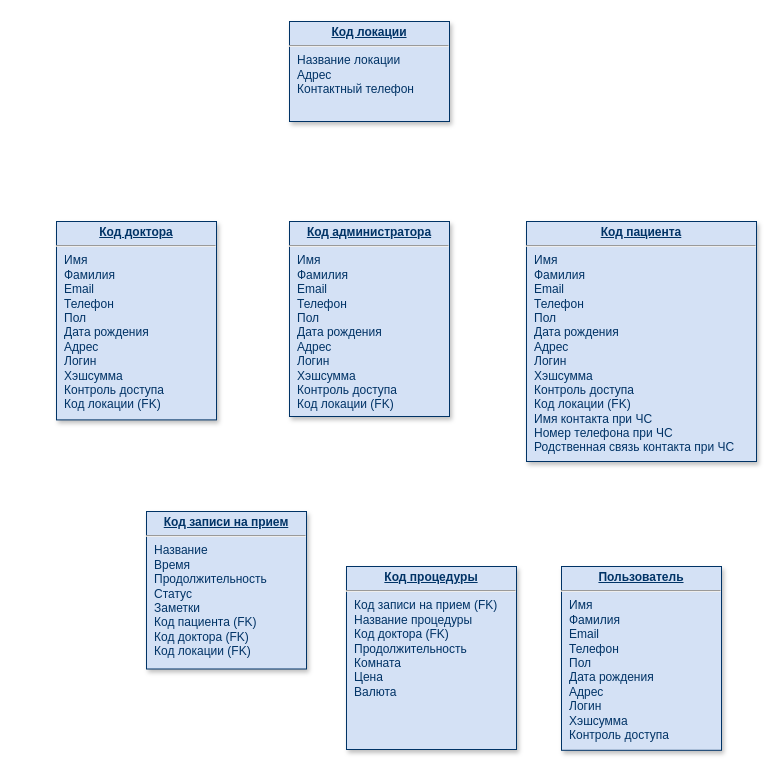
Earlier version of the draw.io diagram RKIS Lab1 database.drawio (arturyumaev/Bachelor-Diploma-Docs). Source tidied: cells renumbered, new cells numbered last; positions are measured from the earlier drawing's top-left corner, leaving out a move shared by most shapes. Both pictures are drawn from the tidied source at 100%, with x=0, y=0 at pixel (56, 21).
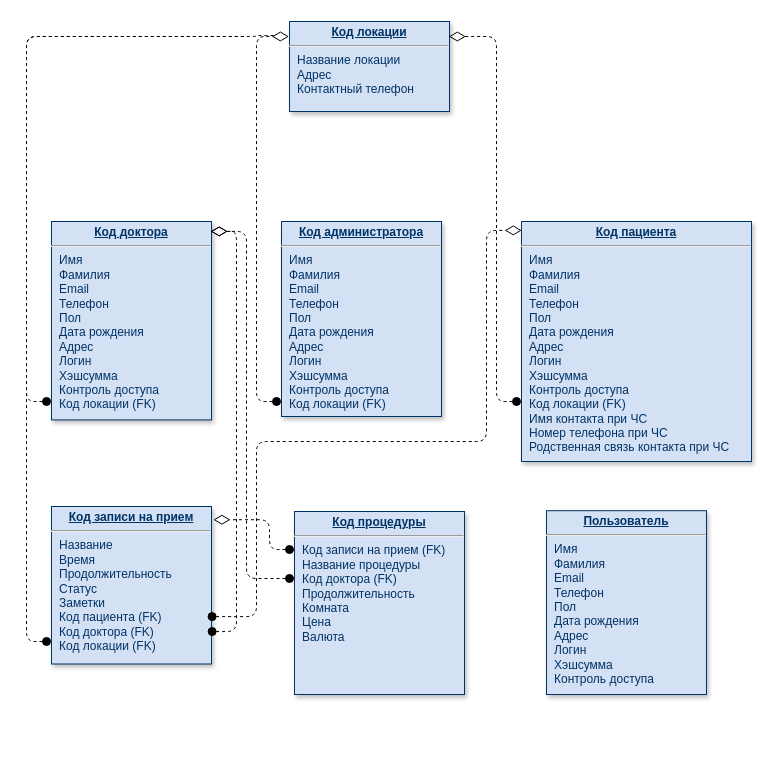
The same diagram, later.

What changed in the source:
```diff
@@
     <mxCell id="2" value="&lt;p style=&quot;margin: 0px ; margin-top: 4px ; text-align: center ; text-decoration: underline&quot;&gt;&lt;strong&gt;Код пациента&lt;/strong&gt;&lt;/p&gt;&lt;hr&gt;&lt;p style=&quot;margin: 0px 0px 0px 8px&quot;&gt;Имя&lt;/p&gt;&lt;p style=&quot;margin: 0px 0px 0px 8px&quot;&gt;Фамилия&lt;/p&gt;&lt;p style=&quot;margin: 0px 0px 0px 8px&quot;&gt;Email&lt;/p&gt;&lt;p style=&quot;margin: 0px 0px 0px 8px&quot;&gt;Телефон&lt;/p&gt;&lt;p style=&quot;margin: 0px 0px 0px 8px&quot;&gt;Пол&lt;/p&gt;&lt;p style=&quot;margin: 0px 0px 0px 8px&quot;&gt;Дата рождения&lt;/p&gt;&lt;p style=&quot;margin: 0px 0px 0px 8px&quot;&gt;Адрес&lt;/p&gt;&lt;p style=&quot;margin: 0px 0px 0px 8px&quot;&gt;Логин&lt;/p&gt;&lt;p style=&quot;margin: 0px 0px 0px 8px&quot;&gt;Хэшсумма&lt;/p&gt;&lt;p style=&quot;margin: 0px 0px 0px 8px&quot;&gt;Контроль доступа&lt;/p&gt;&lt;p style=&quot;margin: 0px 0px 0px 8px&quot;&gt;Код локации (FK)&lt;/p&gt;&lt;p style=&quot;margin: 0px 0px 0px 8px&quot;&gt;Имя контакта при ЧС&lt;/p&gt;&lt;p style=&quot;margin: 0px 0px 0px 8px&quot;&gt;Номер телефона при ЧС&lt;/p&gt;&lt;p style=&quot;margin: 0px 0px 0px 8px&quot;&gt;Родственная связь контакта при ЧС&lt;/p&gt;" style="verticalAlign=top;align=left;overflow=fill;fontSize=12;fontFamily=Helvetica;html=1;strokeColor=#003366;shadow=1;fillColor=#D4E1F5;fontColor=#003366;" parent="1" vertex="1">
-      <mxGeometry x="470" y="200" width="230" height="240" as="geometry" />
+      <mxGeometry x="465" y="200" width="230" height="240" as="geometry" />
     </mxCell>
     <mxCell id="3" value="&lt;p style=&quot;margin: 0px ; margin-top: 4px ; text-align: center ; text-decoration: underline&quot;&gt;&lt;b&gt;Код записи на прием&lt;/b&gt;&lt;/p&gt;&lt;hr&gt;&lt;p style=&quot;margin: 0px ; margin-left: 8px&quot;&gt;Название&lt;/p&gt;&lt;p style=&quot;margin: 0px ; margin-left: 8px&quot;&gt;Время&lt;/p&gt;&lt;p style=&quot;margin: 0px ; margin-left: 8px&quot;&gt;Продолжительность&lt;/p&gt;&lt;p style=&quot;margin: 0px ; margin-left: 8px&quot;&gt;Статус&lt;/p&gt;&lt;p style=&quot;margin: 0px ; margin-left: 8px&quot;&gt;Заметки&lt;/p&gt;&lt;p style=&quot;margin: 0px ; margin-left: 8px&quot;&gt;Код пациента (FK)&lt;/p&gt;&lt;p style=&quot;margin: 0px ; margin-left: 8px&quot;&gt;Код доктора (FK)&lt;/p&gt;&lt;p style=&quot;margin: 0px ; margin-left: 8px&quot;&gt;Код локации (FK)&lt;/p&gt;" style="verticalAlign=top;align=left;overflow=fill;fontSize=12;fontFamily=Helvetica;html=1;strokeColor=#003366;shadow=1;fillColor=#D4E1F5;fontColor=#003366;" parent="1" vertex="1">
-      <mxGeometry x="90" y="490" width="160" height="157.5" as="geometry" />
+      <mxGeometry x="-5" y="485" width="160" height="157.5" as="geometry" />
     </mxCell>
     <mxCell id="4" value="&lt;p style=&quot;margin: 0px ; margin-top: 4px ; text-align: center ; text-decoration: underline&quot;&gt;&lt;b&gt;Код администратора&lt;/b&gt;&lt;/p&gt;&lt;hr&gt;&lt;p style=&quot;margin: 0px 0px 0px 8px&quot;&gt;Имя&lt;/p&gt;&lt;p style=&quot;margin: 0px 0px 0px 8px&quot;&gt;Фамилия&lt;/p&gt;&lt;p style=&quot;margin: 0px 0px 0px 8px&quot;&gt;Email&lt;/p&gt;&lt;p style=&quot;margin: 0px 0px 0px 8px&quot;&gt;Телефон&lt;/p&gt;&lt;p style=&quot;margin: 0px 0px 0px 8px&quot;&gt;Пол&lt;/p&gt;&lt;p style=&quot;margin: 0px 0px 0px 8px&quot;&gt;Дата рождения&lt;/p&gt;&lt;p style=&quot;margin: 0px 0px 0px 8px&quot;&gt;Адрес&lt;/p&gt;&lt;p style=&quot;margin: 0px 0px 0px 8px&quot;&gt;Логин&lt;/p&gt;&lt;p style=&quot;margin: 0px 0px 0px 8px&quot;&gt;Хэшсумма&lt;/p&gt;&lt;p style=&quot;margin: 0px 0px 0px 8px&quot;&gt;Контроль доступа&lt;/p&gt;&lt;p style=&quot;margin: 0px 0px 0px 8px&quot;&gt;Код локации (FK)&lt;/p&gt;" style="verticalAlign=top;align=left;overflow=fill;fontSize=12;fontFamily=Helvetica;html=1;strokeColor=#003366;shadow=1;fillColor=#D4E1F5;fontColor=#003366;" parent="1" vertex="1">
-      <mxGeometry x="233" y="200" width="160" height="195" as="geometry" />
+      <mxGeometry x="225" y="200" width="160" height="195" as="geometry" />
     </mxCell>
     <mxCell id="5" value="&lt;p style=&quot;margin: 0px ; margin-top: 4px ; text-align: center ; text-decoration: underline&quot;&gt;&lt;b&gt;Код процедуры&lt;/b&gt;&lt;/p&gt;&lt;hr&gt;&lt;p style=&quot;margin: 0px ; margin-left: 8px&quot;&gt;Код записи на прием (FK)&lt;/p&gt;&lt;p style=&quot;margin: 0px ; margin-left: 8px&quot;&gt;Название процедуры&lt;/p&gt;&lt;p style=&quot;margin: 0px ; margin-left: 8px&quot;&gt;Код доктора (FK)&lt;/p&gt;&lt;p style=&quot;margin: 0px ; margin-left: 8px&quot;&gt;Продолжительность&lt;/p&gt;&lt;p style=&quot;margin: 0px ; margin-left: 8px&quot;&gt;Комната&lt;/p&gt;&lt;p style=&quot;margin: 0px ; margin-left: 8px&quot;&gt;Цена&lt;/p&gt;&lt;p style=&quot;margin: 0px ; margin-left: 8px&quot;&gt;Валюта&lt;/p&gt;" style="verticalAlign=top;align=left;overflow=fill;fontSize=12;fontFamily=Helvetica;html=1;strokeColor=#003366;shadow=1;fillColor=#D4E1F5;fontColor=#003366;" parent="1" vertex="1">
-      <mxGeometry x="290" y="545" width="170" height="183" as="geometry" />
+      <mxGeometry x="238" y="490" width="170" height="183" as="geometry" />
     </mxCell>
+    <mxCell id="9" style="edgeStyle=orthogonalEdgeStyle;orthogonalLoop=1;jettySize=auto;html=1;strokeColor=#000000;rounded=1;endArrow=none;endFill=0;strokeWidth=1;startArrow=oval;startFill=1;endSize=14;startSize=8;dashed=1;" parent="1" edge="1">
+      <mxGeometry relative="1" as="geometry">
+        <mxPoint x="-10" y="380" as="sourcePoint" />
+        <mxPoint x="220" y="14" as="targetPoint" />
+        <Array as="points">
+          <mxPoint x="-30" y="380" />
+          <mxPoint x="-30" y="15" />
+          <mxPoint x="200" y="15" />
+          <mxPoint x="200" y="14" />
+          <mxPoint x="220" y="14" />
+        </Array>
+      </mxGeometry>
+    </mxCell>
     <mxCell id="6" value="&lt;p style=&quot;margin: 0px ; margin-top: 4px ; text-align: center ; text-decoration: underline&quot;&gt;&lt;b&gt;Код доктора&lt;/b&gt;&lt;/p&gt;&lt;hr&gt;&lt;p style=&quot;margin: 0px ; margin-left: 8px&quot;&gt;Имя&lt;/p&gt;&lt;p style=&quot;margin: 0px ; margin-left: 8px&quot;&gt;Фамилия&lt;/p&gt;&lt;p style=&quot;margin: 0px ; margin-left: 8px&quot;&gt;Email&lt;/p&gt;&lt;p style=&quot;margin: 0px ; margin-left: 8px&quot;&gt;Телефон&lt;/p&gt;&lt;p style=&quot;margin: 0px ; margin-left: 8px&quot;&gt;Пол&lt;/p&gt;&lt;p style=&quot;margin: 0px ; margin-left: 8px&quot;&gt;Дата рождения&lt;/p&gt;&lt;p style=&quot;margin: 0px ; margin-left: 8px&quot;&gt;Адрес&lt;/p&gt;&lt;p style=&quot;margin: 0px ; margin-left: 8px&quot;&gt;Логин&lt;/p&gt;&lt;p style=&quot;margin: 0px ; margin-left: 8px&quot;&gt;Хэшсумма&lt;/p&gt;&lt;p style=&quot;margin: 0px ; margin-left: 8px&quot;&gt;Контроль доступа&lt;/p&gt;&lt;p style=&quot;margin: 0px ; margin-left: 8px&quot;&gt;Код локации (FK)&lt;/p&gt;" style="verticalAlign=top;align=left;overflow=fill;fontSize=12;fontFamily=Helvetica;html=1;strokeColor=#003366;shadow=1;fillColor=#D4E1F5;fontColor=#003366;" parent="1" vertex="1">
-      <mxGeometry y="200" width="160" height="198.4" as="geometry" />
+      <mxGeometry x="-5" y="200" width="160" height="198.4" as="geometry" />
     </mxCell>
     <mxCell id="7" value="&lt;p style=&quot;margin: 0px ; margin-top: 4px ; text-align: center ; text-decoration: underline&quot;&gt;&lt;strong&gt;Код локации&lt;/strong&gt;&lt;/p&gt;&lt;hr&gt;&lt;p style=&quot;margin: 0px ; margin-left: 8px&quot;&gt;Название локации&lt;/p&gt;&lt;p style=&quot;margin: 0px ; margin-left: 8px&quot;&gt;Адрес&lt;/p&gt;&lt;p style=&quot;margin: 0px ; margin-left: 8px&quot;&gt;Контактный телефон&lt;/p&gt;" style="verticalAlign=top;align=left;overflow=fill;fontSize=12;fontFamily=Helvetica;html=1;strokeColor=#003366;shadow=1;fillColor=#D4E1F5;fontColor=#003366;" parent="1" vertex="1">
-      <mxGeometry x="233" width="160" height="100" as="geometry" />
+      <mxGeometry x="233" width="160" height="90" as="geometry" />
     </mxCell>
     <mxCell id="8" value="&lt;p style=&quot;margin: 0px ; margin-top: 4px ; text-align: center ; text-decoration: underline&quot;&gt;&lt;b&gt;Пользователь&lt;/b&gt;&lt;/p&gt;&lt;hr&gt;&lt;p style=&quot;margin: 0px 0px 0px 8px&quot;&gt;Имя&lt;/p&gt;&lt;p style=&quot;margin: 0px 0px 0px 8px&quot;&gt;Фамилия&lt;/p&gt;&lt;p style=&quot;margin: 0px 0px 0px 8px&quot;&gt;Email&lt;/p&gt;&lt;p style=&quot;margin: 0px 0px 0px 8px&quot;&gt;Телефон&lt;/p&gt;&lt;p style=&quot;margin: 0px 0px 0px 8px&quot;&gt;Пол&lt;/p&gt;&lt;p style=&quot;margin: 0px 0px 0px 8px&quot;&gt;Дата рождения&lt;/p&gt;&lt;p style=&quot;margin: 0px 0px 0px 8px&quot;&gt;Адрес&lt;/p&gt;&lt;p style=&quot;margin: 0px 0px 0px 8px&quot;&gt;Логин&lt;/p&gt;&lt;p style=&quot;margin: 0px 0px 0px 8px&quot;&gt;Хэшсумма&lt;/p&gt;&lt;p style=&quot;margin: 0px 0px 0px 8px&quot;&gt;Контроль доступа&lt;/p&gt;" style="verticalAlign=top;align=left;overflow=fill;fontSize=12;fontFamily=Helvetica;html=1;strokeColor=#003366;shadow=1;fillColor=#D4E1F5;fontColor=#003366;" parent="1" vertex="1">
-      <mxGeometry x="505" y="545" width="160" height="183.8" as="geometry" />
+      <mxGeometry x="490" y="489.2" width="160" height="183.8" as="geometry" />
     </mxCell>
+    <mxCell id="10" style="edgeStyle=orthogonalEdgeStyle;orthogonalLoop=1;jettySize=auto;html=1;entryX=-0.004;entryY=0.15;entryDx=0;entryDy=0;strokeColor=#000000;rounded=1;endArrow=diamondThin;endFill=0;strokeWidth=1;startArrow=oval;startFill=1;entryPerimeter=0;endSize=14;startSize=8;dashed=1;" parent="1" edge="1">
+      <mxGeometry relative="1" as="geometry">
+        <mxPoint x="220" y="380" as="sourcePoint" />
+        <mxPoint x="232.4" y="15" as="targetPoint" />
+        <Array as="points">
+          <mxPoint x="200" y="380" />
+          <mxPoint x="200" y="15" />
+        </Array>
+      </mxGeometry>
+    </mxCell>
+    <mxCell id="11" style="edgeStyle=orthogonalEdgeStyle;orthogonalLoop=1;jettySize=auto;html=1;entryX=-0.004;entryY=0.15;entryDx=0;entryDy=0;strokeColor=#000000;rounded=1;endArrow=diamondThin;endFill=0;strokeWidth=1;startArrow=oval;startFill=1;entryPerimeter=0;endSize=14;startSize=8;dashed=1;" parent="1" edge="1">
+      <mxGeometry relative="1" as="geometry">
+        <mxPoint x="460" y="380" as="sourcePoint" />
+        <mxPoint x="392.4" y="15" as="targetPoint" />
+        <Array as="points">
+          <mxPoint x="440" y="380" />
+          <mxPoint x="440" y="15" />
+        </Array>
+      </mxGeometry>
+    </mxCell>
+    <mxCell id="12" style="edgeStyle=orthogonalEdgeStyle;jettySize=auto;html=1;strokeColor=#000000;rounded=1;endArrow=diamondThin;endFill=0;strokeWidth=1;startArrow=oval;startFill=1;endSize=14;startSize=8;dashed=1;entryX=1.012;entryY=0.084;entryDx=0;entryDy=0;entryPerimeter=0;" parent="1" edge="1" target="3">
+      <mxGeometry relative="1" as="geometry">
+        <mxPoint x="233" y="528" as="sourcePoint" />
+        <Array as="points">
+          <mxPoint x="213" y="528" />
+          <mxPoint x="213" y="498" />
+        </Array>
+      </mxGeometry>
+    </mxCell>
+    <mxCell id="13" style="edgeStyle=orthogonalEdgeStyle;jettySize=auto;html=1;strokeColor=#000000;rounded=1;endArrow=diamondThin;endFill=0;strokeWidth=1;startArrow=oval;startFill=1;endSize=14;startSize=8;dashed=1;entryX=0.995;entryY=0.05;entryDx=0;entryDy=0;entryPerimeter=0;" parent="1" edge="1" target="6">
+      <mxGeometry relative="1" as="geometry">
+        <mxPoint x="233" y="557" as="sourcePoint" />
+        <Array as="points">
+          <mxPoint x="190" y="557" />
+          <mxPoint x="190" y="210" />
+        </Array>
+      </mxGeometry>
+    </mxCell>
+    <mxCell id="14" style="edgeStyle=orthogonalEdgeStyle;orthogonalLoop=1;jettySize=auto;html=1;strokeColor=#000000;rounded=1;endArrow=none;endFill=0;strokeWidth=1;startArrow=oval;startFill=1;endSize=14;startSize=8;dashed=1;" parent="1" edge="1">
+      <mxGeometry relative="1" as="geometry">
+        <mxPoint x="-10" y="620" as="sourcePoint" />
+        <mxPoint x="190" y="15" as="targetPoint" />
+        <Array as="points">
+          <mxPoint x="-30" y="620" />
+          <mxPoint x="-30" y="15" />
+        </Array>
+      </mxGeometry>
+    </mxCell>
+    <mxCell id="15" style="edgeStyle=orthogonalEdgeStyle;jettySize=auto;html=1;strokeColor=#000000;rounded=1;endArrow=diamondThin;endFill=0;strokeWidth=1;startArrow=oval;startFill=1;endSize=14;startSize=8;dashed=1;entryX=0.995;entryY=0.05;entryDx=0;entryDy=0;entryPerimeter=0;exitX=1.004;exitY=0.794;exitDx=0;exitDy=0;exitPerimeter=0;" parent="1" edge="1" source="3">
+      <mxGeometry relative="1" as="geometry">
+        <mxPoint x="154.2" y="209.9" as="targetPoint" />
+        <Array as="points">
+          <mxPoint x="180" y="610" />
+          <mxPoint x="180" y="210" />
+        </Array>
+      </mxGeometry>
+    </mxCell>
+    <mxCell id="16" style="edgeStyle=orthogonalEdgeStyle;jettySize=auto;html=1;strokeColor=#000000;rounded=1;endArrow=diamondThin;endFill=0;strokeWidth=1;startArrow=oval;startFill=1;endSize=14;startSize=8;dashed=1;exitX=1.004;exitY=0.794;exitDx=0;exitDy=0;exitPerimeter=0;entryX=0.001;entryY=0.037;entryDx=0;entryDy=0;entryPerimeter=0;" parent="1" edge="1" target="2">
+      <mxGeometry relative="1" as="geometry">
+        <mxPoint x="155.6" y="595.1" as="sourcePoint" />
+        <Array as="points">
+          <mxPoint x="200" y="595" />
+          <mxPoint x="200" y="420" />
+          <mxPoint x="430" y="420" />
+          <mxPoint x="430" y="209" />
+        </Array>
+      </mxGeometry>
+    </mxCell>
```
